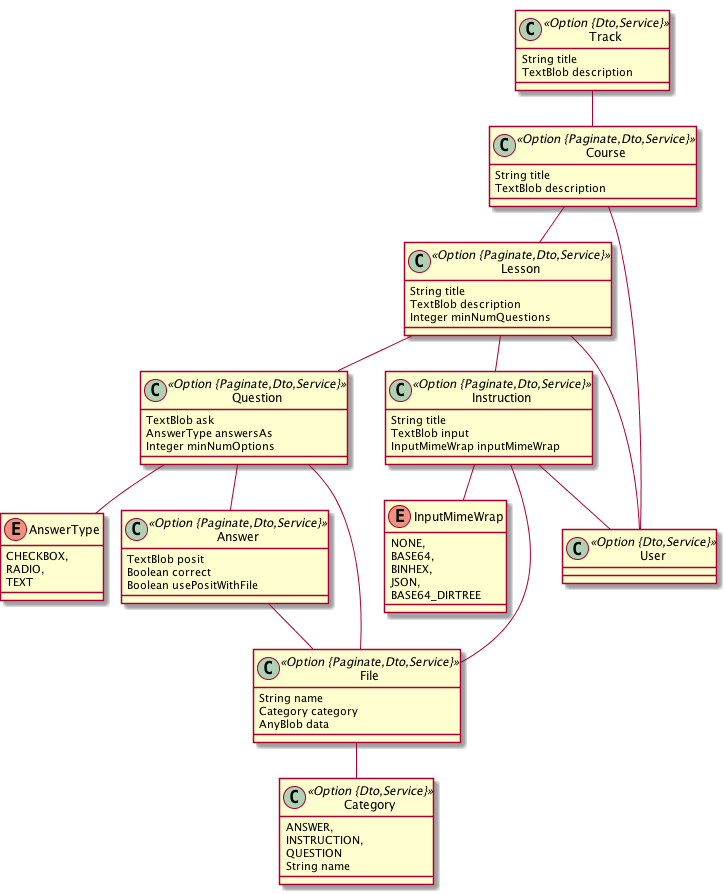
Above: init_entities.png in archimedon/jhipsterfun (PlantUML), before the change.
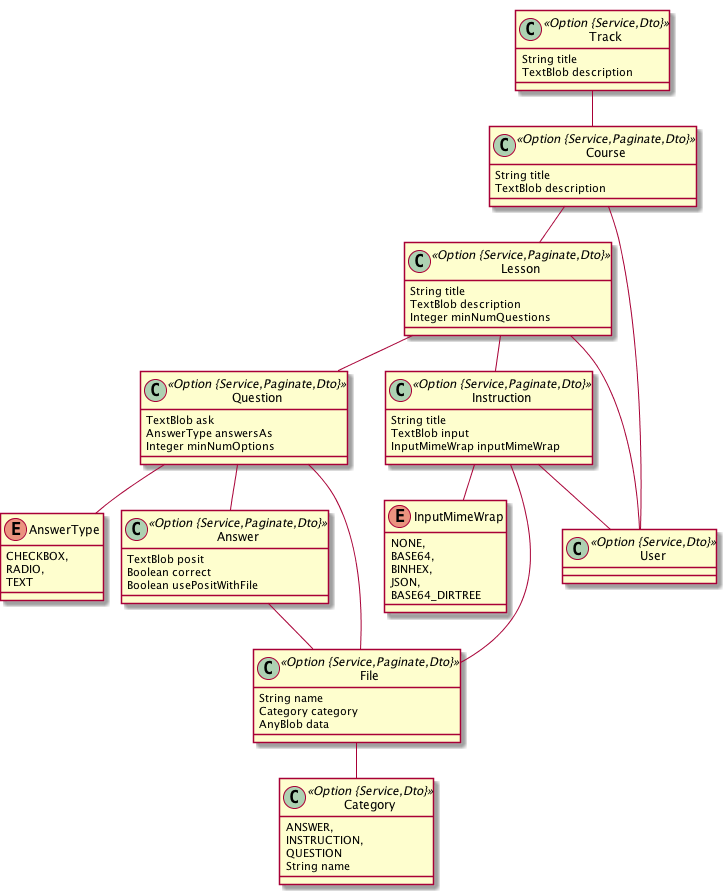
Later version of the same file.

The edit, as a diff of the source:
```diff
@@ -18,40 +18,40 @@
 		RADIO,
 		TEXT
 	}
-	class Question <<Option {Paginate,Dto,Service}>> {
+	class Question <<Option {Service,Paginate,Dto}>> {
 		TextBlob ask
 		AnswerType answersAs
 		Integer minNumOptions
 	}
 	Question ..> AnswerType
-	class Answer <<Option {Paginate,Dto,Service}>> {
+	class Answer <<Option {Service,Paginate,Dto}>> {
 		TextBlob posit
 		Boolean correct
 		Boolean usePositWithFile
 	}
-	class Track <<Option {Dto,Service}>> {
+	class Track <<Option {Service,Dto}>> {
 		String title
 		TextBlob description
 	}
-	class Lesson <<Option {Paginate,Dto,Service}>> {
+	class Lesson <<Option {Service,Paginate,Dto}>> {
 		String title
 		TextBlob description
 		Integer minNumQuestions
 	}
-	class Course <<Option {Paginate,Dto,Service}>> {
+	class Course <<Option {Service,Paginate,Dto}>> {
 		String title
 		TextBlob description
 	}
-	class Category <<Option {Dto,Service}>> {
+	class Category <<Option {Service,Dto}>> {
 		String name
 	}
-	class Instruction <<Option {Paginate,Dto,Service}>> {
+	class Instruction <<Option {Service,Paginate,Dto}>> {
 		String title
 		TextBlob input
 		InputMimeWrap inputMimeWrap
 	}
 	Instruction ..> InputMimeWrap
-	class File <<Option {Paginate,Dto,Service}>> {
+	class File <<Option {Service,Paginate,Dto}>> {
 		String name
 		Category category
 		AnyBlob data
@@ -68,6 +68,6 @@
 	Answer  "file(name) 0..* " o--o "answer(posit) 0..* "  File
 	Question  "file(name) 0..* " o--o "question(ask) 0..* "  File
 	Question  "answer(posit) 0..1 " --o "question(ask)  1..* "  Answer
-	class User <<Option {Dto,Service}>> {
+	class User <<Option {Service,Dto}>> {
 	}
 @enduml
```
